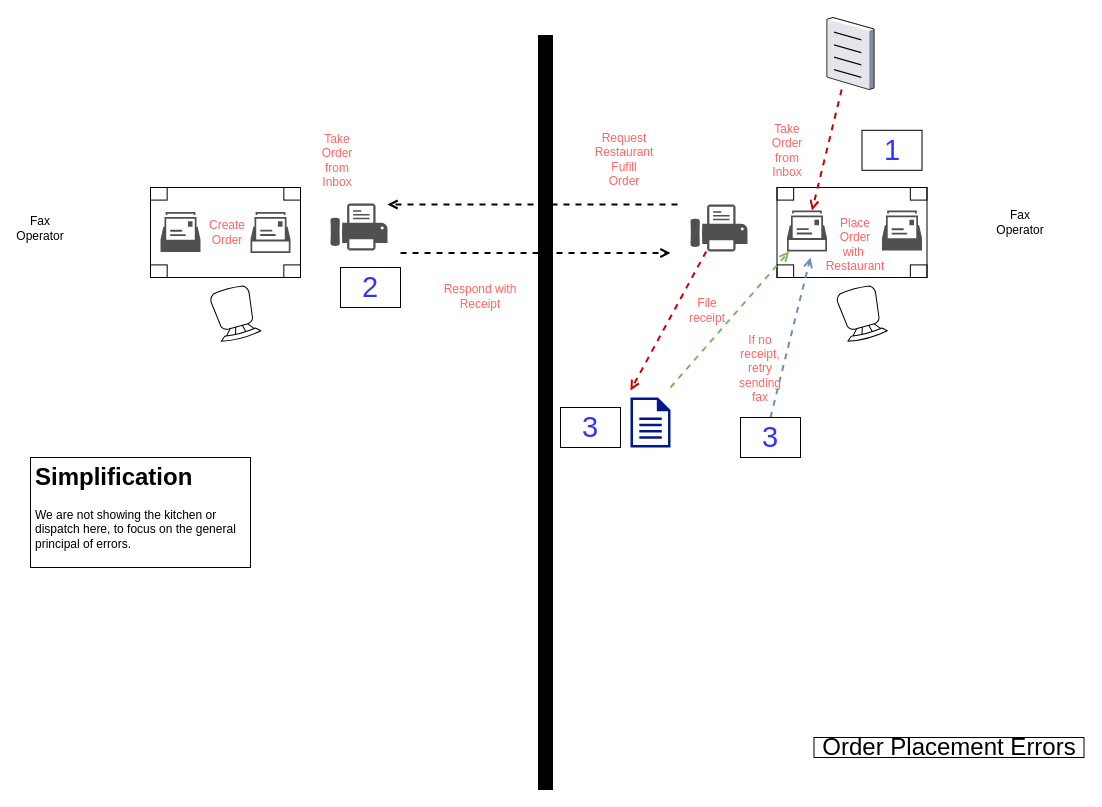
Before: resources/Order Placement Errors.drawio in iancooper/practical-messaging, a draw.io diagram. Source tidied: cells renumbered, new cells numbered last; positions are measured from the earlier drawing's top-left corner, leaving out a move shared by most shapes. Both pictures are drawn from the tidied source at 100%, with x=0, y=0 at pixel (20, 17).
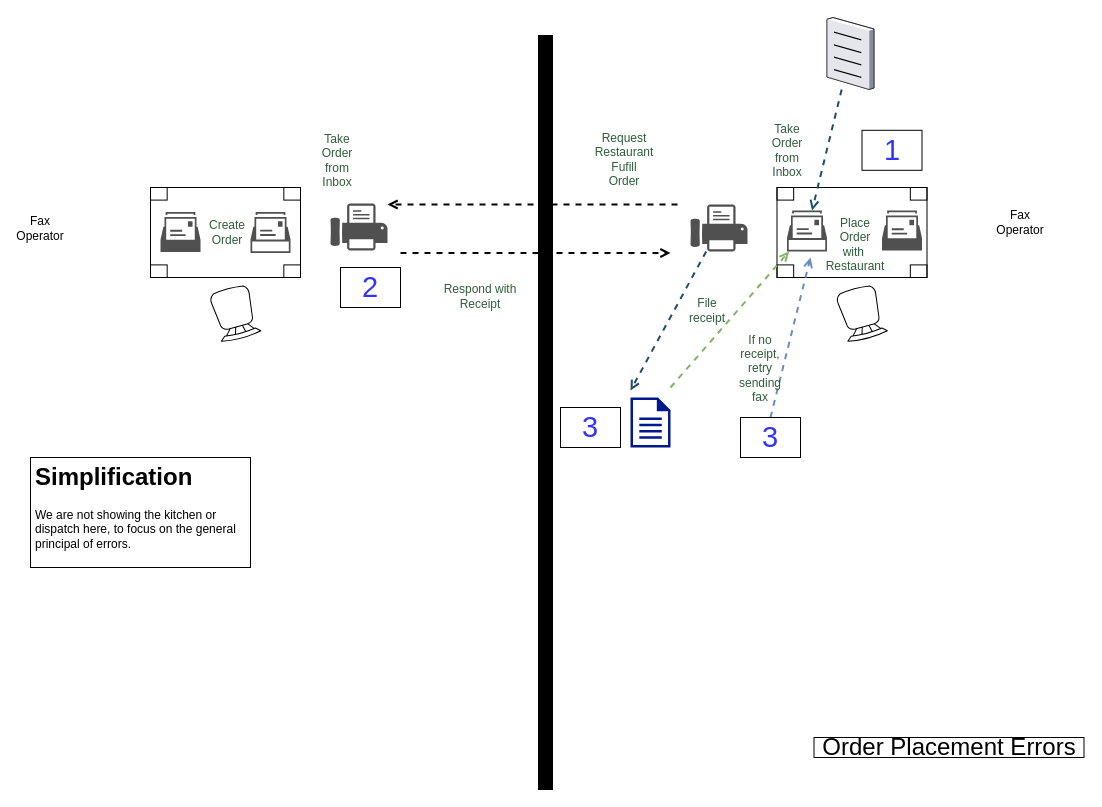
The same diagram, later.

The change refers to these unchanged cells:
```xml
<mxCell id="5" style="sketch=0;shadow=0;dashed=0;html=1;strokeColor=none;fillColor=#505050;labelPosition=center;verticalLabelPosition=bottom;verticalAlign=top;outlineConnect=0;align=center;shape=mxgraph.office.concepts.mailbox2;" parent="1" vertex="1">
  <mxGeometry x="766.5" y="193" width="40" height="41" as="geometry" />
</mxCell>
<mxCell id="7" style="sketch=0;shadow=0;dashed=0;html=1;strokeColor=none;fillColor=#505050;labelPosition=center;verticalLabelPosition=bottom;verticalAlign=top;outlineConnect=0;align=center;shape=mxgraph.office.devices.fax;" parent="1" vertex="1">
  <mxGeometry x="670" y="187" width="57" height="47" as="geometry" />
</mxCell>
<mxCell id="24" style="verticalLabelPosition=bottom;sketch=0;html=1;verticalAlign=top;strokeColor=none;align=center;outlineConnect=0;shape=mxgraph.citrix.document;fillColor=#FF3333;" parent="1" vertex="1">
  <mxGeometry x="806.5" width="47" height="72" as="geometry" />
</mxCell>
```

Diff of the diagram source:
```diff
@@
-    <mxCell id="13" value="&lt;font color=&quot;#ff6666&quot;&gt;Take Order from Inbox&lt;/font&gt;" style="text;html=1;strokeColor=none;fillColor=none;align=center;verticalAlign=middle;whiteSpace=wrap;rounded=0;" parent="1" vertex="1">
+    <mxCell id="13" value="&lt;font color=&quot;#2F5D3A&quot;&gt;Take Order from Inbox&lt;/font&gt;" style="text;html=1;strokeColor=none;fillColor=none;align=center;verticalAlign=middle;whiteSpace=wrap;rounded=0;" parent="1" vertex="1">
       <mxGeometry x="740" y="90" width="53.5" height="85.5" as="geometry" />
     </mxCell>
-    <mxCell id="14" value="&lt;font color=&quot;#ff6666&quot;&gt;Request &lt;br&gt;Restaurant&lt;br&gt;Fufill&lt;br&gt;Order&lt;/font&gt;" style="text;html=1;strokeColor=none;fillColor=none;align=center;verticalAlign=middle;whiteSpace=wrap;rounded=0;" parent="1" vertex="1">
+    <mxCell id="14" value="&lt;font color=&quot;#2F5D3A&quot;&gt;Request &lt;br&gt;Restaurant&lt;br&gt;Fufill&lt;br&gt;Order&lt;/font&gt;" style="text;html=1;strokeColor=none;fillColor=none;align=center;verticalAlign=middle;whiteSpace=wrap;rounded=0;" parent="1" vertex="1">
       <mxGeometry x="576.5" y="99" width="53.5" height="85.5" as="geometry" />
     </mxCell>
@@
-    <mxCell id="17" value="&lt;font color=&quot;#ff6666&quot;&gt;Take Order from Inbox&lt;/font&gt;" style="text;html=1;strokeColor=none;fillColor=none;align=center;verticalAlign=middle;whiteSpace=wrap;rounded=0;" parent="1" vertex="1">
+    <mxCell id="17" value="&lt;font color=&quot;#2F5D3A&quot;&gt;Take Order from Inbox&lt;/font&gt;" style="text;html=1;strokeColor=none;fillColor=none;align=center;verticalAlign=middle;whiteSpace=wrap;rounded=0;" parent="1" vertex="1">
       <mxGeometry x="290" y="100.5" width="53.5" height="85.5" as="geometry" />
     </mxCell>
-    <mxCell id="18" value="&lt;font color=&quot;#ff6666&quot;&gt;Place Order&lt;br&gt;with&amp;nbsp;&lt;br&gt;Restaurant&lt;br&gt;&lt;/font&gt;" style="text;html=1;strokeColor=none;fillColor=none;align=center;verticalAlign=middle;whiteSpace=wrap;rounded=0;" parent="1" vertex="1">
+    <mxCell id="18" value="&lt;font color=&quot;#2F5D3A&quot;&gt;Place Order&lt;br&gt;with&amp;nbsp;&lt;br&gt;Restaurant&lt;br&gt;&lt;/font&gt;" style="text;html=1;strokeColor=none;fillColor=none;align=center;verticalAlign=middle;whiteSpace=wrap;rounded=0;" parent="1" vertex="1">
       <mxGeometry x="808" y="184.5" width="53.5" height="85.5" as="geometry" />
     </mxCell>
@@
-    <mxCell id="23" value="&lt;font color=&quot;#ff6666&quot;&gt;Respond with Receipt&lt;/font&gt;" style="text;html=1;strokeColor=none;fillColor=none;align=center;verticalAlign=middle;whiteSpace=wrap;rounded=0;" parent="1" vertex="1">
+    <mxCell id="23" value="&lt;font color=&quot;#2F5D3A&quot;&gt;Respond with Receipt&lt;/font&gt;" style="text;html=1;strokeColor=none;fillColor=none;align=center;verticalAlign=middle;whiteSpace=wrap;rounded=0;" parent="1" vertex="1">
       <mxGeometry x="420" y="236.5" width="80" height="85.5" as="geometry" />
     </mxCell>
@@
-    <mxCell id="25" style="endArrow=open;dashed=1;html=1;strokeColor=#CC0000;endFill=0;strokeWidth=2;" parent="1" edge="1" source="24" target="5">
+    <mxCell id="25" style="endArrow=open;dashed=1;html=1;strokeColor=#1D4E6B;endFill=0;strokeWidth=2;" parent="1" edge="1" source="24" target="5">
       <mxGeometry relative="1" as="geometry" />
     </mxCell>
@@
-    <mxCell id="27" value="&lt;font color=&quot;#ff6666&quot;&gt;Create Order&lt;br&gt;&lt;/font&gt;" style="text;html=1;strokeColor=none;fillColor=none;align=center;verticalAlign=middle;whiteSpace=wrap;rounded=0;" parent="1" vertex="1">
+    <mxCell id="27" value="&lt;font color=&quot;#2F5D3A&quot;&gt;Create Order&lt;br&gt;&lt;/font&gt;" style="text;html=1;strokeColor=none;fillColor=none;align=center;verticalAlign=middle;whiteSpace=wrap;rounded=0;" parent="1" vertex="1">
       <mxGeometry x="180" y="171.8" width="53.5" height="85.5" as="geometry" />
     </mxCell>
@@
-    <mxCell id="29" value="&lt;font color=&quot;#ff6666&quot;&gt;&lt;br&gt;&lt;/font&gt;" style="text;html=1;strokeColor=none;fillColor=none;align=center;verticalAlign=middle;whiteSpace=wrap;rounded=0;" parent="1" vertex="1">
+    <mxCell id="29" value="&lt;font color=&quot;#2F5D3A&quot;&gt;&lt;br&gt;&lt;/font&gt;" style="text;html=1;strokeColor=none;fillColor=none;align=center;verticalAlign=middle;whiteSpace=wrap;rounded=0;" parent="1" vertex="1">
       <mxGeometry x="576.5" y="260" width="53.5" height="85.5" as="geometry" />
     </mxCell>
-    <mxCell id="30" style="endArrow=open;dashed=1;html=1;strokeColor=#CC0000;endFill=0;strokeWidth=2;" parent="1" edge="1" source="7">
+    <mxCell id="30" style="endArrow=open;dashed=1;html=1;strokeColor=#1D4E6B;endFill=0;strokeWidth=2;" parent="1" edge="1" source="7">
       <mxGeometry relative="1" as="geometry">
         <mxPoint x="610" y="373" as="targetPoint" />
       </mxGeometry>
     </mxCell>
@@
-    <mxCell id="33" value="&lt;font color=&quot;#ff6666&quot;&gt;File receipt&lt;br&gt;&lt;/font&gt;" style="text;html=1;strokeColor=none;fillColor=none;align=center;verticalAlign=middle;whiteSpace=wrap;rounded=0;" parent="1" vertex="1">
+    <mxCell id="33" value="&lt;font color=&quot;#2F5D3A&quot;&gt;File receipt&lt;br&gt;&lt;/font&gt;" style="text;html=1;strokeColor=none;fillColor=none;align=center;verticalAlign=middle;whiteSpace=wrap;rounded=0;" parent="1" vertex="1">
       <mxGeometry x="660" y="250" width="53.5" height="85.5" as="geometry" />
     </mxCell>
@@
-    <mxCell id="35" value="&lt;font color=&quot;#ff6666&quot;&gt;If no receipt, retry sending fax&lt;br&gt;&lt;/font&gt;" style="text;html=1;strokeColor=none;fillColor=none;align=center;verticalAlign=middle;whiteSpace=wrap;rounded=0;" parent="1" vertex="1">
+    <mxCell id="35" value="&lt;font color=&quot;#2F5D3A&quot;&gt;If no receipt, retry sending fax&lt;br&gt;&lt;/font&gt;" style="text;html=1;strokeColor=none;fillColor=none;align=center;verticalAlign=middle;whiteSpace=wrap;rounded=0;" parent="1" vertex="1">
       <mxGeometry x="713" y="308" width="53.5" height="85.5" as="geometry" />
     </mxCell>
```
